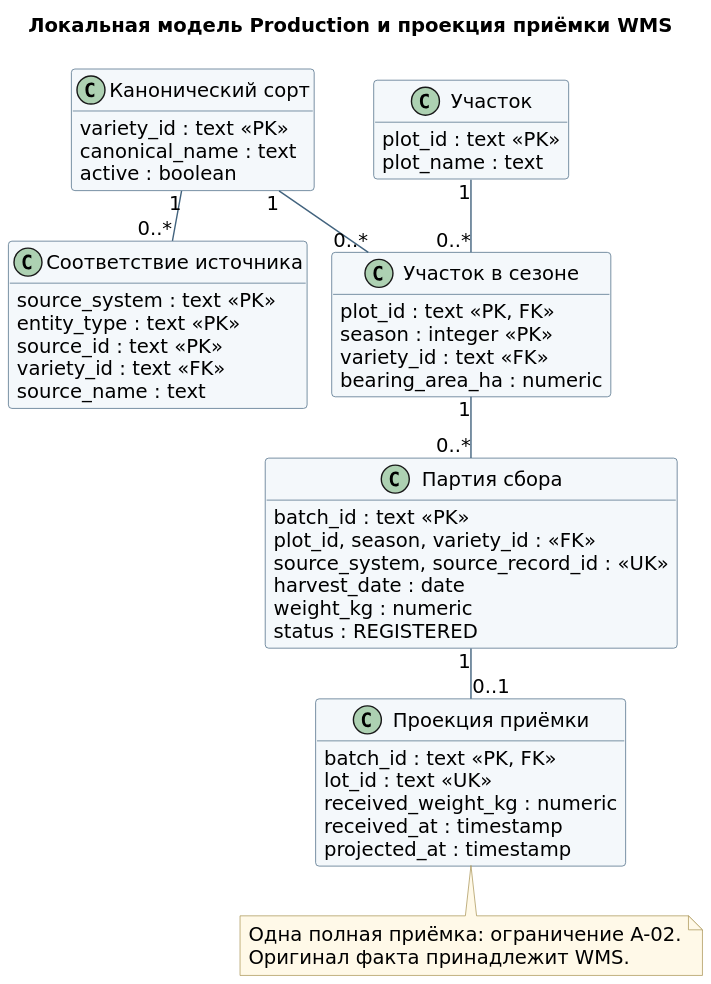
Before: agritech/diagrams/rendered/data-model.svg, a diagram exported from PlantUML (spicerrr/sa-portfolio).
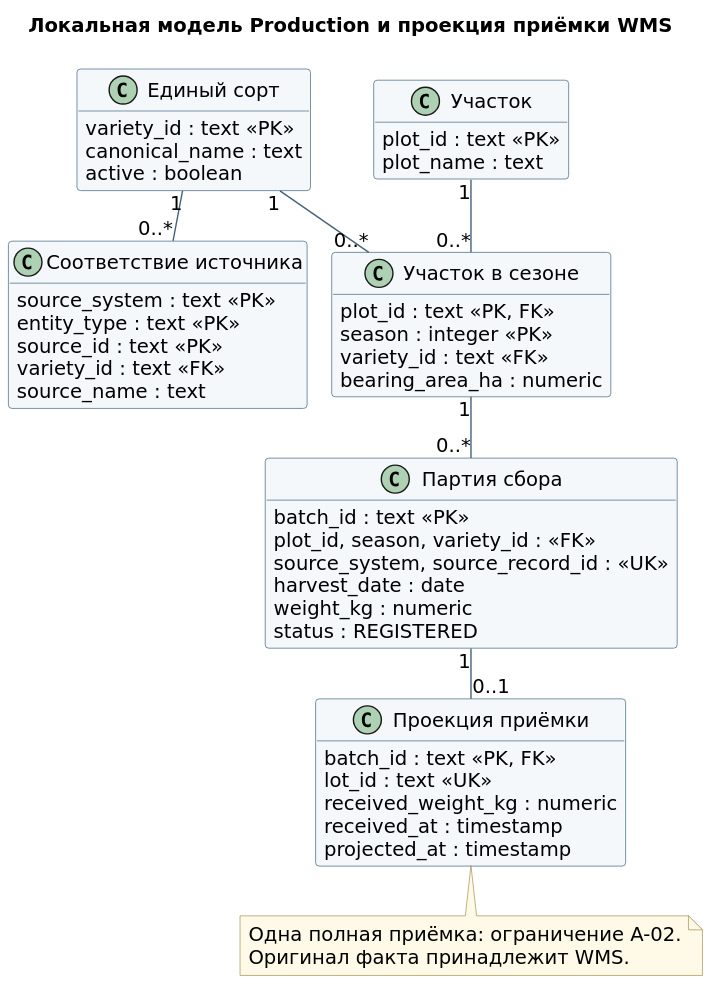
After the change.

Diff of the diagram source:
```diff
@@ -14,7 +14,7 @@
 skinparam noteBorderColor #A79151
 title Локальная модель Production и проекция приёмки WMS
 hide methods
-class "Канонический сорт" as Variety {
+class "Единый сорт" as Variety {
   variety_id : text <<PK>>
   canonical_name : text
   active : boolean
```
